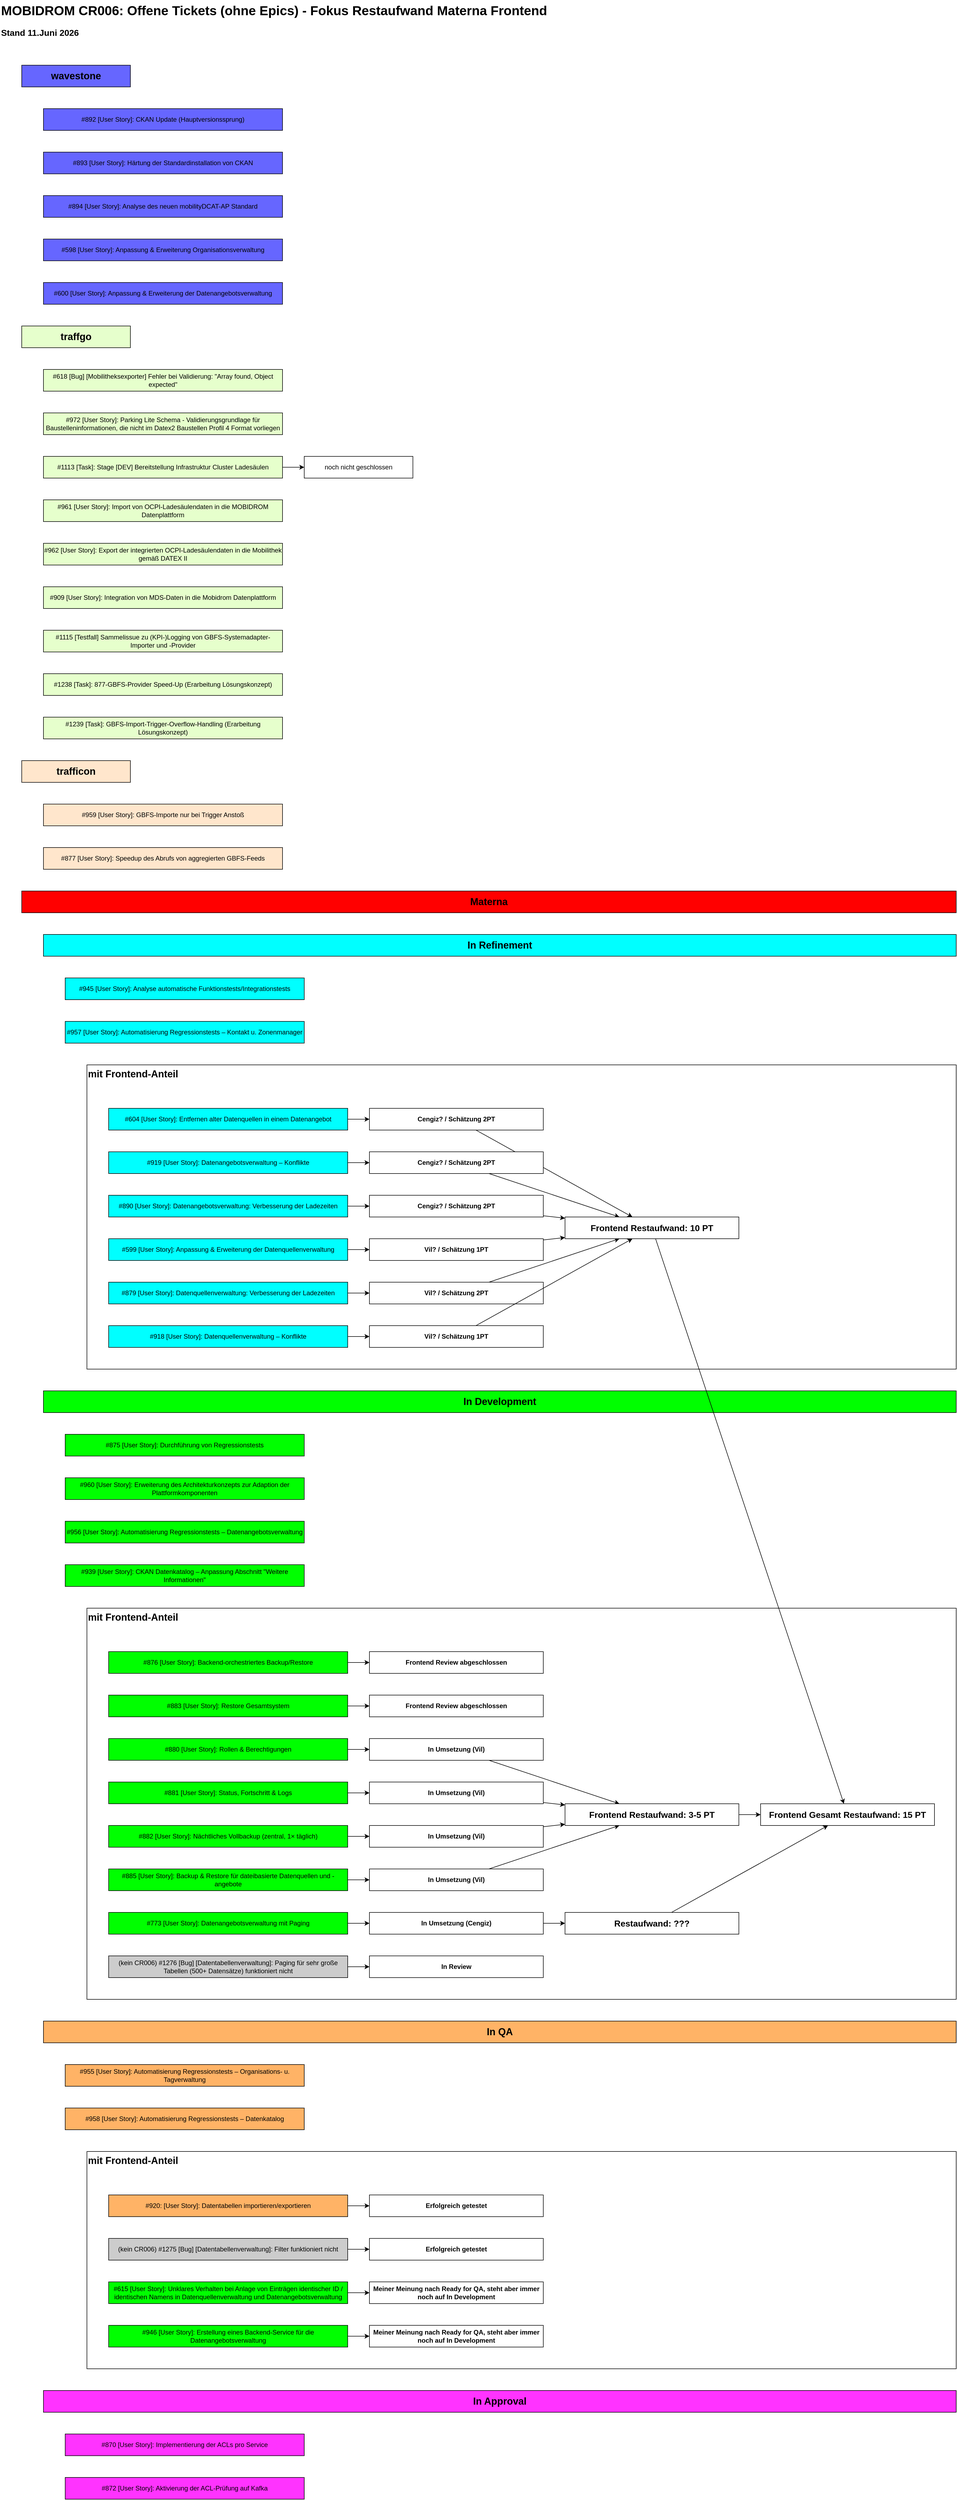
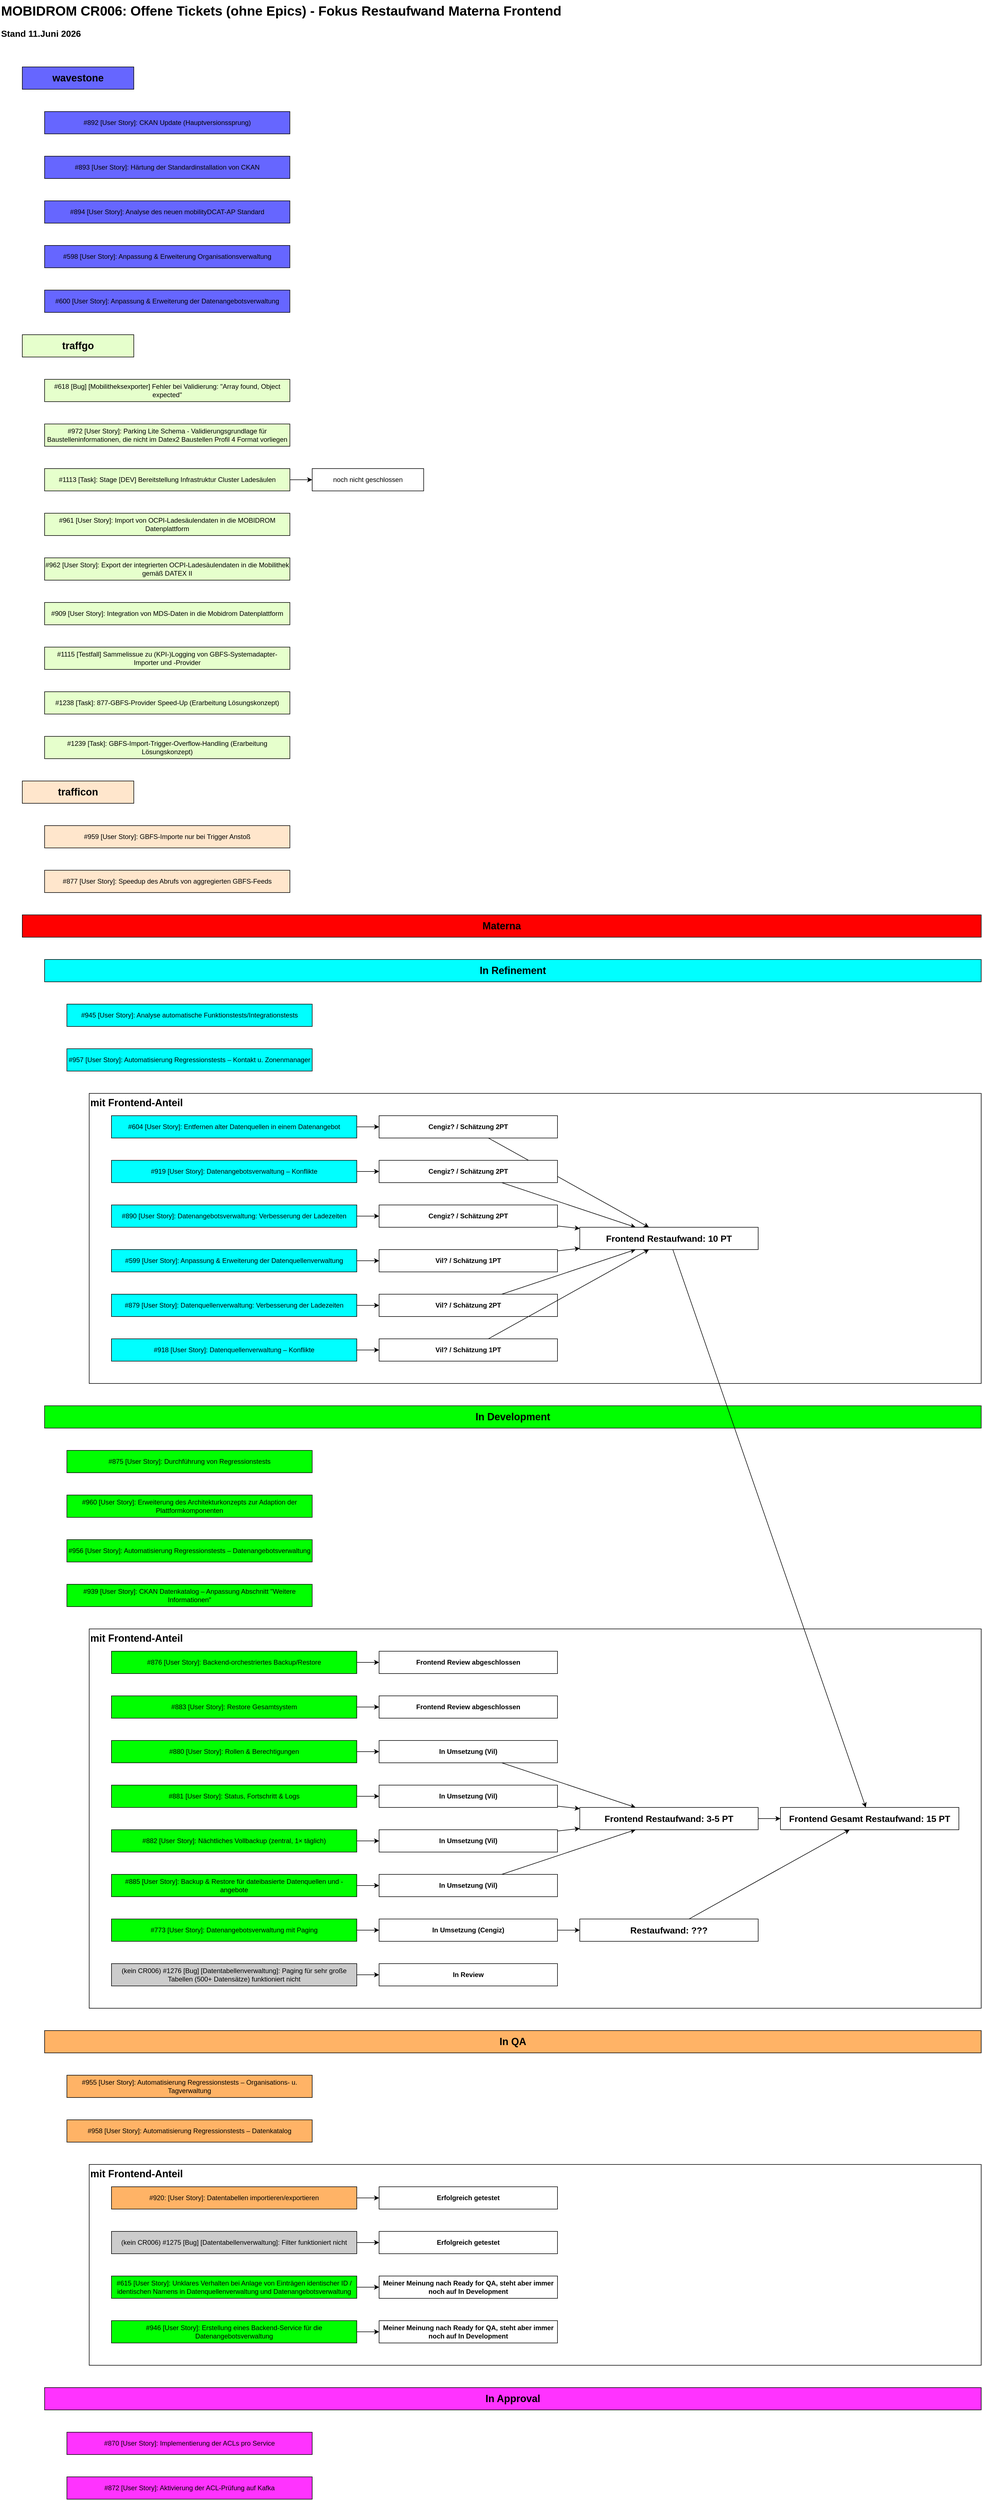
<mxfile host="app.diagrams.net">
  <diagram name="Page-1" id="0BLjgJdESMF3buwbVgl_">
    <mxGraphModel dx="1816" dy="1098" grid="1" gridSize="10" guides="1" tooltips="1" connect="1" arrows="1" fold="1" page="1" pageScale="1" pageWidth="850" pageHeight="1100" math="0" shadow="0">
      <root>
        <mxCell id="0" />
        <mxCell id="1" parent="0" />
        <mxCell id="KAzs0ncSA1o2T3-7AXRQ-69" parent="1" style="rounded=0;whiteSpace=wrap;html=1;fontColor=#000000;fillColor=#FFFFFF;fontStyle=1;fontSize=18;align=left;verticalAlign=top;" value="mit Frontend-Anteil" vertex="1">
-           <mxGeometry height="400" width="1600" x="200" y="4000" as="geometry" />
+           <mxGeometry height="360" width="1600" x="200" y="3920" as="geometry" />
        </mxCell>
        <mxCell id="KAzs0ncSA1o2T3-7AXRQ-68" parent="1" style="rounded=0;whiteSpace=wrap;html=1;fontColor=#000000;fillColor=#FFFFFF;fontStyle=1;fontSize=18;align=left;verticalAlign=top;" value="mit Frontend-Anteil" vertex="1">
-           <mxGeometry height="720" width="1600" x="200" y="3000" as="geometry" />
+           <mxGeometry height="680" width="1600" x="200" y="2960" as="geometry" />
        </mxCell>
        <mxCell id="KAzs0ncSA1o2T3-7AXRQ-67" parent="1" style="rounded=0;whiteSpace=wrap;html=1;fontColor=#000000;fillColor=#FFFFFF;fontStyle=1;verticalAlign=top;align=left;fontSize=18;" value="mit Frontend-Anteil" vertex="1">
-           <mxGeometry height="560" width="1600" x="200" y="2000" as="geometry" />
+           <mxGeometry height="520" width="1600" x="200" y="2000" as="geometry" />
        </mxCell>
        <mxCell id="KAzs0ncSA1o2T3-7AXRQ-1" parent="1" style="rounded=0;whiteSpace=wrap;html=1;strokeColor=none;fontSize=24;fontStyle=1;align=left;" value="MOBIDROM CR006: Offene Tickets (ohne Epics) - Fokus Restaufwand Materna Frontend" vertex="1">
          <mxGeometry height="40" width="1030" x="40" y="40" as="geometry" />
        </mxCell>
        <mxCell id="KAzs0ncSA1o2T3-7AXRQ-2" parent="1" style="rounded=0;whiteSpace=wrap;html=1;strokeColor=none;fontSize=16;fontStyle=1;align=left;" value="&lt;div&gt;Stand 11.Juni 2026&lt;/div&gt;" vertex="1">
          <mxGeometry height="40" width="160" x="40" y="80" as="geometry" />
        </mxCell>
        <mxCell id="KAzs0ncSA1o2T3-7AXRQ-77" edge="1" parent="1" source="KAzs0ncSA1o2T3-7AXRQ-3" style="edgeStyle=none;rounded=0;orthogonalLoop=1;jettySize=auto;html=1;" target="KAzs0ncSA1o2T3-7AXRQ-76" value="">
          <mxGeometry relative="1" as="geometry" />
        </mxCell>
        <mxCell id="KAzs0ncSA1o2T3-7AXRQ-3" parent="1" style="rounded=0;whiteSpace=wrap;html=1;fillColor=#FFB366;" value="#920: [User Story]: Datentabellen importieren/exportieren" vertex="1">
-           <mxGeometry height="40" width="440" x="240" y="4080" as="geometry" />
+           <mxGeometry height="40" width="440" x="240" y="3960" as="geometry" />
        </mxCell>
        <mxCell id="KAzs0ncSA1o2T3-7AXRQ-4" parent="1" style="rounded=0;whiteSpace=wrap;html=1;fontColor=#000000;fillColor=#FFB366;fontStyle=1;fontSize=18;" value="In QA" vertex="1">
-           <mxGeometry height="40" width="1680" x="120" y="3760" as="geometry" />
+           <mxGeometry height="40" width="1680" x="120" y="3680" as="geometry" />
        </mxCell>
        <mxCell id="KAzs0ncSA1o2T3-7AXRQ-5" parent="1" style="rounded=0;whiteSpace=wrap;html=1;fillColor=#6666FF;" value="#892&amp;nbsp;[User Story]: CKAN Update (Hauptversionssprung)" vertex="1">
          <mxGeometry height="40" width="440" x="120" y="240" as="geometry" />
        </mxCell>
        <mxCell id="KAzs0ncSA1o2T3-7AXRQ-6" parent="1" style="rounded=0;whiteSpace=wrap;html=1;fontColor=#000000;fillColor=#6666FF;fontStyle=1;fontSize=18;" value="wavestone" vertex="1">
          <mxGeometry height="40" width="200" x="80" y="160" as="geometry" />
        </mxCell>
        <mxCell id="KAzs0ncSA1o2T3-7AXRQ-7" parent="1" style="rounded=0;whiteSpace=wrap;html=1;fillColor=#FF33FF;" value="#870&amp;nbsp;[User Story]: Implementierung der ACLs pro Service" vertex="1">
-           <mxGeometry height="40" width="440" x="160" y="4520" as="geometry" />
+           <mxGeometry height="40" width="440" x="160" y="4400" as="geometry" />
        </mxCell>
        <mxCell id="KAzs0ncSA1o2T3-7AXRQ-8" parent="1" style="rounded=0;whiteSpace=wrap;html=1;fillColor=#FF33FF;" value="#872&amp;nbsp;[User Story]: Aktivierung der ACL-Prüfung auf Kafka" vertex="1">
-           <mxGeometry height="40" width="440" x="160" y="4600" as="geometry" />
+           <mxGeometry height="40" width="440" x="160" y="4480" as="geometry" />
        </mxCell>
        <mxCell id="KAzs0ncSA1o2T3-7AXRQ-9" parent="1" style="rounded=0;whiteSpace=wrap;html=1;fontColor=#000000;fillColor=#FF33FF;fontStyle=1;fontSize=18;" value="In Approval" vertex="1">
-           <mxGeometry height="40" width="1680" x="120" y="4440" as="geometry" />
+           <mxGeometry height="40" width="1680" x="120" y="4320" as="geometry" />
        </mxCell>
        <mxCell id="KAzs0ncSA1o2T3-7AXRQ-10" parent="1" style="rounded=0;whiteSpace=wrap;html=1;fillColor=#6666FF;" value="#893&amp;nbsp;[User Story]: Härtung der Standardinstallation von CKAN" vertex="1">
          <mxGeometry height="40" width="440" x="120" y="320" as="geometry" />
        </mxCell>
        <mxCell id="KAzs0ncSA1o2T3-7AXRQ-11" parent="1" style="rounded=0;whiteSpace=wrap;html=1;fillColor=#6666FF;" value="#894&amp;nbsp;[User Story]: Analyse des neuen mobilityDCAT-AP Standard" vertex="1">
          <mxGeometry height="40" width="440" x="120" y="400" as="geometry" />
        </mxCell>
        <mxCell id="KAzs0ncSA1o2T3-7AXRQ-12" parent="1" style="rounded=0;whiteSpace=wrap;html=1;fillColor=#E6FFCC;" value="#618&amp;nbsp;[Bug] [Mobilitheksexporter] Fehler bei Validierung: &quot;Array found, Object expected&quot;" vertex="1">
          <mxGeometry height="40" width="440" x="120" y="720" as="geometry" />
        </mxCell>
        <mxCell id="KAzs0ncSA1o2T3-7AXRQ-13" parent="1" style="rounded=0;whiteSpace=wrap;html=1;fontColor=#000000;fillColor=#E6FFCC;fontStyle=1;fontSize=18;" value="&lt;div&gt;traffgo&lt;/div&gt;" vertex="1">
          <mxGeometry height="40" width="200" x="80" y="640" as="geometry" />
        </mxCell>
        <mxCell id="KAzs0ncSA1o2T3-7AXRQ-14" parent="1" style="rounded=0;whiteSpace=wrap;html=1;fontColor=#000000;fillColor=#FFE6CC;fontStyle=1;fontSize=18;" value="&lt;div&gt;trafficon&lt;/div&gt;" vertex="1">
          <mxGeometry height="40" width="200" x="80" y="1440" as="geometry" />
        </mxCell>
        <mxCell id="KAzs0ncSA1o2T3-7AXRQ-15" parent="1" style="rounded=0;whiteSpace=wrap;html=1;fillColor=#FFE6CC;" value="#959&amp;nbsp;[User Story]: GBFS-Importe nur bei Trigger Anstoß" vertex="1">
          <mxGeometry height="40" width="440" x="120" y="1520" as="geometry" />
        </mxCell>
        <mxCell id="KAzs0ncSA1o2T3-7AXRQ-75" edge="1" parent="1" source="KAzs0ncSA1o2T3-7AXRQ-16" style="edgeStyle=none;rounded=0;orthogonalLoop=1;jettySize=auto;html=1;" target="KAzs0ncSA1o2T3-7AXRQ-74" value="">
          <mxGeometry relative="1" as="geometry" />
        </mxCell>
        <mxCell id="KAzs0ncSA1o2T3-7AXRQ-16" parent="1" style="rounded=0;whiteSpace=wrap;html=1;fillColor=#00FF00;" value="#615&amp;nbsp;[User Story]: Unklares Verhalten bei Anlage von Einträgen identischer ID / identischen Namens in Datenquellenverwaltung und Datenangebotsverwaltung" vertex="1">
-           <mxGeometry height="40" width="440" x="240" y="4240" as="geometry" />
+           <mxGeometry height="40" width="440" x="240" y="4120" as="geometry" />
        </mxCell>
        <mxCell id="KAzs0ncSA1o2T3-7AXRQ-17" parent="1" style="rounded=0;whiteSpace=wrap;html=1;fontColor=#000000;fillColor=#00FF00;fontStyle=1;fontSize=18;" value="In Development" vertex="1">
-           <mxGeometry height="40" width="1680" x="120" y="2600" as="geometry" />
+           <mxGeometry height="40" width="1680" x="120" y="2560" as="geometry" />
        </mxCell>
        <mxCell id="KAzs0ncSA1o2T3-7AXRQ-83" edge="1" parent="1" source="KAzs0ncSA1o2T3-7AXRQ-18" style="edgeStyle=none;rounded=0;orthogonalLoop=1;jettySize=auto;html=1;" target="KAzs0ncSA1o2T3-7AXRQ-82" value="">
          <mxGeometry relative="1" as="geometry" />
        </mxCell>
        <mxCell id="KAzs0ncSA1o2T3-7AXRQ-18" parent="1" style="rounded=0;whiteSpace=wrap;html=1;fillColor=#00FF00;" value="#773&amp;nbsp;[User Story]: Datenangebotsverwaltung mit Paging" vertex="1">
-           <mxGeometry height="40" width="440" x="240" y="3560" as="geometry" />
+           <mxGeometry height="40" width="440" x="240" y="3480" as="geometry" />
        </mxCell>
        <mxCell id="KAzs0ncSA1o2T3-7AXRQ-19" parent="1" style="rounded=0;whiteSpace=wrap;html=1;fillColor=#00FF00;" value="#875&amp;nbsp;[User Story]: Durchführung von Regressionstests" vertex="1">
-           <mxGeometry height="40" width="440" x="160" y="2680" as="geometry" />
+           <mxGeometry height="40" width="440" x="160" y="2640" as="geometry" />
        </mxCell>
        <mxCell id="KAzs0ncSA1o2T3-7AXRQ-81" edge="1" parent="1" source="KAzs0ncSA1o2T3-7AXRQ-20" style="edgeStyle=none;rounded=0;orthogonalLoop=1;jettySize=auto;html=1;" target="KAzs0ncSA1o2T3-7AXRQ-80" value="">
          <mxGeometry relative="1" as="geometry" />
        </mxCell>
        <mxCell id="KAzs0ncSA1o2T3-7AXRQ-20" parent="1" style="rounded=0;whiteSpace=wrap;html=1;fillColor=#00FF00;" value="#876&amp;nbsp;[User Story]: Backend-orchestriertes Backup/Restore" vertex="1">
-           <mxGeometry height="40" width="440" x="240" y="3080" as="geometry" />
+           <mxGeometry height="40" width="440" x="240" y="3000" as="geometry" />
        </mxCell>
        <mxCell id="KAzs0ncSA1o2T3-7AXRQ-21" parent="1" style="rounded=0;whiteSpace=wrap;html=1;fillColor=#FFE6CC;" value="#877&amp;nbsp;[User Story]: Speedup des Abrufs von aggregierten GBFS-Feeds" vertex="1">
          <mxGeometry height="40" width="440" x="120" y="1600" as="geometry" />
        </mxCell>
        <mxCell id="KAzs0ncSA1o2T3-7AXRQ-87" edge="1" parent="1" source="KAzs0ncSA1o2T3-7AXRQ-22" style="edgeStyle=none;rounded=0;orthogonalLoop=1;jettySize=auto;html=1;" target="KAzs0ncSA1o2T3-7AXRQ-86" value="">
          <mxGeometry relative="1" as="geometry" />
        </mxCell>
        <mxCell id="KAzs0ncSA1o2T3-7AXRQ-22" parent="1" style="rounded=0;whiteSpace=wrap;html=1;fillColor=#00FF00;" value="#880&amp;nbsp;[User Story]: Rollen &amp;amp; Berechtigungen" vertex="1">
+           <mxGeometry height="40" width="440" x="240" y="3160" as="geometry" />
+         </mxCell>
+         <mxCell id="KAzs0ncSA1o2T3-7AXRQ-89" edge="1" parent="1" source="KAzs0ncSA1o2T3-7AXRQ-23" style="edgeStyle=none;rounded=0;orthogonalLoop=1;jettySize=auto;html=1;" target="KAzs0ncSA1o2T3-7AXRQ-88" value="">
+           <mxGeometry relative="1" as="geometry" />
+         </mxCell>
+         <mxCell id="KAzs0ncSA1o2T3-7AXRQ-23" parent="1" style="rounded=0;whiteSpace=wrap;html=1;fillColor=#00FF00;" value="#881&amp;nbsp;[User Story]: Status, Fortschritt &amp;amp; Logs" vertex="1">
          <mxGeometry height="40" width="440" x="240" y="3240" as="geometry" />
        </mxCell>
-         <mxCell id="KAzs0ncSA1o2T3-7AXRQ-89" edge="1" parent="1" source="KAzs0ncSA1o2T3-7AXRQ-23" style="edgeStyle=none;rounded=0;orthogonalLoop=1;jettySize=auto;html=1;" target="KAzs0ncSA1o2T3-7AXRQ-88" value="">
-           <mxGeometry relative="1" as="geometry" />
-         </mxCell>
-         <mxCell id="KAzs0ncSA1o2T3-7AXRQ-23" parent="1" style="rounded=0;whiteSpace=wrap;html=1;fillColor=#00FF00;" value="#881&amp;nbsp;[User Story]: Status, Fortschritt &amp;amp; Logs" vertex="1">
-           <mxGeometry height="40" width="440" x="240" y="3320" as="geometry" />
-         </mxCell>
        <mxCell id="KAzs0ncSA1o2T3-7AXRQ-93" edge="1" parent="1" source="KAzs0ncSA1o2T3-7AXRQ-24" style="edgeStyle=none;rounded=0;orthogonalLoop=1;jettySize=auto;html=1;" target="KAzs0ncSA1o2T3-7AXRQ-92" value="">
          <mxGeometry relative="1" as="geometry" />
        </mxCell>
        <mxCell id="KAzs0ncSA1o2T3-7AXRQ-24" parent="1" style="rounded=0;whiteSpace=wrap;html=1;fillColor=#00FF00;" value="#885&amp;nbsp;[User Story]: Backup &amp;amp; Restore für dateibasierte Datenquellen und -angebote" vertex="1">
-           <mxGeometry height="40" width="440" x="240" y="3480" as="geometry" />
+           <mxGeometry height="40" width="440" x="240" y="3400" as="geometry" />
        </mxCell>
        <mxCell id="KAzs0ncSA1o2T3-7AXRQ-112" edge="1" parent="1" source="KAzs0ncSA1o2T3-7AXRQ-25" style="edgeStyle=none;rounded=0;orthogonalLoop=1;jettySize=auto;html=1;" target="KAzs0ncSA1o2T3-7AXRQ-111" value="">
          <mxGeometry relative="1" as="geometry" />
        </mxCell>
        <mxCell id="KAzs0ncSA1o2T3-7AXRQ-25" parent="1" style="rounded=0;whiteSpace=wrap;html=1;fillColor=#00FFFF;" value="#918&amp;nbsp;[User Story]: Datenquellenverwaltung – Konflikte" vertex="1">
-           <mxGeometry height="40" width="440" x="240" y="2480" as="geometry" />
+           <mxGeometry height="40" width="440" x="240" y="2440" as="geometry" />
        </mxCell>
        <mxCell id="KAzs0ncSA1o2T3-7AXRQ-104" edge="1" parent="1" source="KAzs0ncSA1o2T3-7AXRQ-26" style="edgeStyle=none;rounded=0;orthogonalLoop=1;jettySize=auto;html=1;" target="KAzs0ncSA1o2T3-7AXRQ-103" value="">
          <mxGeometry relative="1" as="geometry" />
        </mxCell>
        <mxCell id="KAzs0ncSA1o2T3-7AXRQ-26" parent="1" style="rounded=0;whiteSpace=wrap;html=1;fillColor=#00FFFF;" value="#919&amp;nbsp;[User Story]: Datenangebotsverwaltung – Konflikte" vertex="1">
-           <mxGeometry height="40" width="440" x="240" y="2160" as="geometry" />
+           <mxGeometry height="40" width="440" x="240" y="2120" as="geometry" />
        </mxCell>
        <mxCell id="KAzs0ncSA1o2T3-7AXRQ-27" parent="1" style="rounded=0;whiteSpace=wrap;html=1;fillColor=#FFB366;" value="#955&amp;nbsp;[User Story]: Automatisierung Regressionstests – Organisations- u. Tagverwaltung" vertex="1">
-           <mxGeometry height="40" width="440" x="160" y="3840" as="geometry" />
+           <mxGeometry height="40" width="440" x="160" y="3760" as="geometry" />
        </mxCell>
        <mxCell id="KAzs0ncSA1o2T3-7AXRQ-28" parent="1" style="rounded=0;whiteSpace=wrap;html=1;fontColor=#000000;fillColor=#00FFFF;fontStyle=1;fontSize=18;" value="In Refinement" vertex="1">
          <mxGeometry height="40" width="1680" x="120" y="1760" as="geometry" />
        </mxCell>
        <mxCell id="KAzs0ncSA1o2T3-7AXRQ-29" parent="1" style="rounded=0;whiteSpace=wrap;html=1;fillColor=#00FF00;" value="#960&amp;nbsp;[User Story]: Erweiterung des Architekturkonzepts zur Adaption der Plattformkomponenten" vertex="1">
-           <mxGeometry height="40" width="440" x="160" y="2760" as="geometry" />
+           <mxGeometry height="40" width="440" x="160" y="2720" as="geometry" />
        </mxCell>
        <mxCell id="KAzs0ncSA1o2T3-7AXRQ-30" parent="1" style="rounded=0;whiteSpace=wrap;html=1;fillColor=#6666FF;" value="#598&amp;nbsp;[User Story]: Anpassung &amp;amp; Erweiterung Organisationsverwaltung" vertex="1">
          <mxGeometry height="40" width="440" x="120" y="480" as="geometry" />
        </mxCell>
        <mxCell id="KAzs0ncSA1o2T3-7AXRQ-108" edge="1" parent="1" source="KAzs0ncSA1o2T3-7AXRQ-31" style="edgeStyle=none;rounded=0;orthogonalLoop=1;jettySize=auto;html=1;" target="KAzs0ncSA1o2T3-7AXRQ-107" value="">
          <mxGeometry relative="1" as="geometry" />
        </mxCell>
        <mxCell id="KAzs0ncSA1o2T3-7AXRQ-31" parent="1" style="rounded=0;whiteSpace=wrap;html=1;fillColor=#00FFFF;" value="#599&amp;nbsp;[User Story]: Anpassung &amp;amp; Erweiterung der Datenquellenverwaltung" vertex="1">
-           <mxGeometry height="40" width="440" x="240" y="2320" as="geometry" />
+           <mxGeometry height="40" width="440" x="240" y="2280" as="geometry" />
        </mxCell>
        <mxCell id="KAzs0ncSA1o2T3-7AXRQ-32" parent="1" style="rounded=0;whiteSpace=wrap;html=1;fillColor=#6666FF;" value="#600&amp;nbsp;[User Story]: Anpassung &amp;amp; Erweiterung der Datenangebotsverwaltung" vertex="1">
          <mxGeometry height="40" width="440" x="120" y="560" as="geometry" />
        </mxCell>
        <mxCell id="KAzs0ncSA1o2T3-7AXRQ-106" edge="1" parent="1" source="KAzs0ncSA1o2T3-7AXRQ-33" style="edgeStyle=none;rounded=0;orthogonalLoop=1;jettySize=auto;html=1;" target="KAzs0ncSA1o2T3-7AXRQ-105" value="">
          <mxGeometry relative="1" as="geometry" />
        </mxCell>
        <mxCell id="KAzs0ncSA1o2T3-7AXRQ-33" parent="1" style="rounded=0;whiteSpace=wrap;html=1;fillColor=#00FFFF;" value="#890&amp;nbsp;[User Story]: Datenangebotsverwaltung: Verbesserung der Ladezeiten" vertex="1">
-           <mxGeometry height="40" width="440" x="240" y="2240" as="geometry" />
+           <mxGeometry height="40" width="440" x="240" y="2200" as="geometry" />
        </mxCell>
        <mxCell id="KAzs0ncSA1o2T3-7AXRQ-34" parent="1" style="rounded=0;whiteSpace=wrap;html=1;fillColor=#E6FFCC;" value="#972&amp;nbsp;[User Story]: Parking Lite Schema - Validierungsgrundlage für Baustelleninformationen, die nicht im Datex2 Baustellen Profil 4 Format vorliegen" vertex="1">
          <mxGeometry height="40" width="440" x="120" y="800" as="geometry" />
        </mxCell>
        <mxCell id="KAzs0ncSA1o2T3-7AXRQ-55" edge="1" parent="1" source="KAzs0ncSA1o2T3-7AXRQ-35" style="edgeStyle=orthogonalEdgeStyle;rounded=0;orthogonalLoop=1;jettySize=auto;html=1;" target="KAzs0ncSA1o2T3-7AXRQ-54" value="">
          <mxGeometry relative="1" as="geometry" />
        </mxCell>
        <mxCell id="KAzs0ncSA1o2T3-7AXRQ-35" parent="1" style="rounded=0;whiteSpace=wrap;html=1;fillColor=#E6FFCC;" value="#1113&amp;nbsp;[Task]: Stage [DEV] Bereitstellung Infrastruktur Cluster Ladesäulen" vertex="1">
          <mxGeometry height="40" width="440" x="120" y="880" as="geometry" />
        </mxCell>
        <mxCell id="KAzs0ncSA1o2T3-7AXRQ-36" parent="1" style="rounded=0;whiteSpace=wrap;html=1;fillColor=#00FF00;" value="#956&amp;nbsp;[User Story]: Automatisierung Regressionstests – Datenangebotsverwaltung" vertex="1">
-           <mxGeometry height="40" width="440" x="160" y="2840" as="geometry" />
+           <mxGeometry height="40" width="440" x="160" y="2800" as="geometry" />
        </mxCell>
        <mxCell id="KAzs0ncSA1o2T3-7AXRQ-37" parent="1" style="rounded=0;whiteSpace=wrap;html=1;fillColor=#FFB366;" value="#958&amp;nbsp;[User Story]: Automatisierung Regressionstests – Datenkatalog" vertex="1">
-           <mxGeometry height="40" width="440" x="160" y="3920" as="geometry" />
+           <mxGeometry height="40" width="440" x="160" y="3840" as="geometry" />
        </mxCell>
        <mxCell id="KAzs0ncSA1o2T3-7AXRQ-38" parent="1" style="rounded=0;whiteSpace=wrap;html=1;fillColor=#E6FFCC;" value="#961&amp;nbsp;[User Story]: Import von OCPI-Ladesäulendaten in die MOBIDROM Datenplattform" vertex="1">
          <mxGeometry height="40" width="440" x="120" y="960" as="geometry" />
        </mxCell>
        <mxCell id="KAzs0ncSA1o2T3-7AXRQ-39" parent="1" style="rounded=0;whiteSpace=wrap;html=1;fillColor=#E6FFCC;" value="#962&amp;nbsp;[User Story]: Export der integrierten OCPI-Ladesäulendaten in die Mobilithek gemäß DATEX II" vertex="1">
          <mxGeometry height="40" width="440" x="120" y="1040" as="geometry" />
        </mxCell>
        <mxCell id="KAzs0ncSA1o2T3-7AXRQ-58" edge="1" parent="1" source="KAzs0ncSA1o2T3-7AXRQ-40" style="edgeStyle=none;rounded=0;orthogonalLoop=1;jettySize=auto;html=1;" target="KAzs0ncSA1o2T3-7AXRQ-41" value="">
          <mxGeometry relative="1" as="geometry" />
        </mxCell>
        <mxCell id="KAzs0ncSA1o2T3-7AXRQ-40" parent="1" style="rounded=0;whiteSpace=wrap;html=1;fillColor=#00FF00;" value="#946&amp;nbsp;[User Story]: Erstellung eines Backend-Service für die Datenangebotsverwaltung" vertex="1">
-           <mxGeometry height="40" width="440" x="240" y="4320" as="geometry" />
+           <mxGeometry height="40" width="440" x="240" y="4200" as="geometry" />
        </mxCell>
        <mxCell id="KAzs0ncSA1o2T3-7AXRQ-41" parent="1" style="rounded=0;whiteSpace=wrap;html=1;fontStyle=1" value="Meiner Meinung nach Ready for QA, steht aber immer noch auf In Development" vertex="1">
-           <mxGeometry height="40" width="320" x="720" y="4320" as="geometry" />
+           <mxGeometry height="40" width="320" x="720" y="4200" as="geometry" />
        </mxCell>
        <mxCell id="KAzs0ncSA1o2T3-7AXRQ-43" parent="1" style="rounded=0;whiteSpace=wrap;html=1;fillColor=#00FFFF;" value="#945&amp;nbsp;[User Story]: Analyse automatische Funktionstests/Integrationstests" vertex="1">
          <mxGeometry height="40" width="440" x="160" y="1840" as="geometry" />
        </mxCell>
        <mxCell id="KAzs0ncSA1o2T3-7AXRQ-44" parent="1" style="rounded=0;whiteSpace=wrap;html=1;fillColor=#E6FFCC;" value="#909&amp;nbsp;[User Story]: Integration von MDS-Daten in die Mobidrom Datenplattform" vertex="1">
          <mxGeometry height="40" width="440" x="120" y="1120" as="geometry" />
        </mxCell>
        <mxCell id="KAzs0ncSA1o2T3-7AXRQ-45" parent="1" style="rounded=0;whiteSpace=wrap;html=1;fillColor=#00FF00;" value="#939&amp;nbsp;[User Story]: CKAN Datenkatalog – Anpassung Abschnitt &quot;Weitere Informationen&quot;" vertex="1">
-           <mxGeometry height="40" width="440" x="160" y="2920" as="geometry" />
+           <mxGeometry height="40" width="440" x="160" y="2880" as="geometry" />
        </mxCell>
        <mxCell id="KAzs0ncSA1o2T3-7AXRQ-102" edge="1" parent="1" source="KAzs0ncSA1o2T3-7AXRQ-46" style="edgeStyle=none;rounded=0;orthogonalLoop=1;jettySize=auto;html=1;" target="KAzs0ncSA1o2T3-7AXRQ-101" value="">
          <mxGeometry relative="1" as="geometry" />
        </mxCell>
        <mxCell id="KAzs0ncSA1o2T3-7AXRQ-46" parent="1" style="rounded=0;whiteSpace=wrap;html=1;fillColor=#00FFFF;" value="#604&amp;nbsp;[User Story]: Entfernen alter Datenquellen in einem Datenangebot" vertex="1">
-           <mxGeometry height="40" width="440" x="240" y="2080" as="geometry" />
+           <mxGeometry height="40" width="440" x="240" y="2040" as="geometry" />
        </mxCell>
        <mxCell id="KAzs0ncSA1o2T3-7AXRQ-110" edge="1" parent="1" source="KAzs0ncSA1o2T3-7AXRQ-47" style="edgeStyle=none;rounded=0;orthogonalLoop=1;jettySize=auto;html=1;" target="KAzs0ncSA1o2T3-7AXRQ-109" value="">
          <mxGeometry relative="1" as="geometry" />
        </mxCell>
        <mxCell id="KAzs0ncSA1o2T3-7AXRQ-47" parent="1" style="rounded=0;whiteSpace=wrap;html=1;fillColor=#00FFFF;" value="#879&amp;nbsp;[User Story]: Datenquellenverwaltung: Verbesserung der Ladezeiten" vertex="1">
-           <mxGeometry height="40" width="440" x="240" y="2400" as="geometry" />
+           <mxGeometry height="40" width="440" x="240" y="2360" as="geometry" />
        </mxCell>
        <mxCell id="KAzs0ncSA1o2T3-7AXRQ-91" edge="1" parent="1" source="KAzs0ncSA1o2T3-7AXRQ-48" style="edgeStyle=none;rounded=0;orthogonalLoop=1;jettySize=auto;html=1;" target="KAzs0ncSA1o2T3-7AXRQ-90" value="">
          <mxGeometry relative="1" as="geometry" />
        </mxCell>
        <mxCell id="KAzs0ncSA1o2T3-7AXRQ-48" parent="1" style="rounded=0;whiteSpace=wrap;html=1;fillColor=#00FF00;" value="#882&amp;nbsp;[User Story]: Nächtliches Vollbackup (zentral, 1× täglich)" vertex="1">
-           <mxGeometry height="40" width="440" x="240" y="3400" as="geometry" />
+           <mxGeometry height="40" width="440" x="240" y="3320" as="geometry" />
        </mxCell>
        <mxCell id="KAzs0ncSA1o2T3-7AXRQ-85" edge="1" parent="1" source="KAzs0ncSA1o2T3-7AXRQ-49" style="edgeStyle=none;rounded=0;orthogonalLoop=1;jettySize=auto;html=1;" target="KAzs0ncSA1o2T3-7AXRQ-84" value="">
          <mxGeometry relative="1" as="geometry" />
        </mxCell>
        <mxCell id="KAzs0ncSA1o2T3-7AXRQ-49" parent="1" style="rounded=0;whiteSpace=wrap;html=1;fillColor=#00FF00;" value="#883&amp;nbsp;[User Story]: Restore Gesamtsystem" vertex="1">
-           <mxGeometry height="40" width="440" x="240" y="3160" as="geometry" />
+           <mxGeometry height="40" width="440" x="240" y="3080" as="geometry" />
        </mxCell>
        <mxCell id="KAzs0ncSA1o2T3-7AXRQ-50" parent="1" style="rounded=0;whiteSpace=wrap;html=1;fillColor=#00FFFF;" value="#957&amp;nbsp;[User Story]: Automatisierung Regressionstests – Kontakt u. Zonenmanager" vertex="1">
          <mxGeometry height="40" width="440" x="160" y="1920" as="geometry" />
        </mxCell>
        <mxCell id="KAzs0ncSA1o2T3-7AXRQ-51" parent="1" style="rounded=0;whiteSpace=wrap;html=1;fillColor=#E6FFCC;" value="#1115&amp;nbsp;[Testfall] Sammelissue zu (KPI-)Logging von GBFS-Systemadapter-Importer und -Provider" vertex="1">
          <mxGeometry height="40" width="440" x="120" y="1200" as="geometry" />
        </mxCell>
        <mxCell id="KAzs0ncSA1o2T3-7AXRQ-52" parent="1" style="rounded=0;whiteSpace=wrap;html=1;fillColor=#E6FFCC;" value="#1238&amp;nbsp;[Task]: 877-GBFS-Provider Speed-Up (Erarbeitung Lösungskonzept)" vertex="1">
          <mxGeometry height="40" width="440" x="120" y="1280" as="geometry" />
        </mxCell>
        <mxCell id="KAzs0ncSA1o2T3-7AXRQ-53" parent="1" style="rounded=0;whiteSpace=wrap;html=1;fillColor=#E6FFCC;" value="#1239&amp;nbsp;[Task]: GBFS-Import-Trigger-Overflow-Handling (Erarbeitung Lösungskonzept)" vertex="1">
          <mxGeometry height="40" width="440" x="120" y="1360" as="geometry" />
        </mxCell>
        <mxCell id="KAzs0ncSA1o2T3-7AXRQ-54" parent="1" style="rounded=0;whiteSpace=wrap;html=1;" value="noch nicht geschlossen" vertex="1">
          <mxGeometry height="40" width="200" x="600" y="880" as="geometry" />
        </mxCell>
        <mxCell id="KAzs0ncSA1o2T3-7AXRQ-56" parent="1" style="rounded=0;whiteSpace=wrap;html=1;fontColor=#000000;fillColor=#FF0000;fontStyle=1;fontSize=18;" value="Materna" vertex="1">
          <mxGeometry height="40" width="1720" x="80" y="1680" as="geometry" />
        </mxCell>
        <mxCell id="KAzs0ncSA1o2T3-7AXRQ-62" edge="1" parent="1" source="KAzs0ncSA1o2T3-7AXRQ-16" style="edgeStyle=none;rounded=0;orthogonalLoop=1;jettySize=auto;html=1;exitX=0.75;exitY=0;exitDx=0;exitDy=0;" target="KAzs0ncSA1o2T3-7AXRQ-16">
          <mxGeometry relative="1" as="geometry" />
        </mxCell>
        <mxCell id="KAzs0ncSA1o2T3-7AXRQ-66" edge="1" parent="1" source="KAzs0ncSA1o2T3-7AXRQ-41" style="edgeStyle=none;rounded=0;orthogonalLoop=1;jettySize=auto;html=1;exitX=0.5;exitY=1;exitDx=0;exitDy=0;" target="KAzs0ncSA1o2T3-7AXRQ-41">
          <mxGeometry relative="1" as="geometry" />
        </mxCell>
        <mxCell id="KAzs0ncSA1o2T3-7AXRQ-79" edge="1" parent="1" source="KAzs0ncSA1o2T3-7AXRQ-70" style="edgeStyle=none;rounded=0;orthogonalLoop=1;jettySize=auto;html=1;" target="KAzs0ncSA1o2T3-7AXRQ-78" value="">
          <mxGeometry relative="1" as="geometry" />
        </mxCell>
        <mxCell id="KAzs0ncSA1o2T3-7AXRQ-70" parent="1" style="rounded=0;whiteSpace=wrap;html=1;fillColor=#CCCCCC;" value="(kein CR006) #1276&amp;nbsp;[Bug] [Datentabellenverwaltung]: Paging für sehr große Tabellen (500+ Datensätze) funktioniert nicht" vertex="1">
-           <mxGeometry height="40" width="440" x="240" y="3640" as="geometry" />
+           <mxGeometry height="40" width="440" x="240" y="3560" as="geometry" />
        </mxCell>
        <mxCell id="KAzs0ncSA1o2T3-7AXRQ-73" edge="1" parent="1" source="KAzs0ncSA1o2T3-7AXRQ-71" style="edgeStyle=none;rounded=0;orthogonalLoop=1;jettySize=auto;html=1;" target="KAzs0ncSA1o2T3-7AXRQ-72" value="">
          <mxGeometry relative="1" as="geometry" />
        </mxCell>
        <mxCell id="KAzs0ncSA1o2T3-7AXRQ-71" parent="1" style="rounded=0;whiteSpace=wrap;html=1;fillColor=#CCCCCC;" value="(kein CR006) #1275&amp;nbsp;[Bug] [Datentabellenverwaltung]: Filter funktioniert nicht" vertex="1">
-           <mxGeometry height="40" width="440" x="240" y="4160" as="geometry" />
+           <mxGeometry height="40" width="440" x="240" y="4040" as="geometry" />
        </mxCell>
        <mxCell id="KAzs0ncSA1o2T3-7AXRQ-72" parent="1" style="rounded=0;whiteSpace=wrap;html=1;fontStyle=1" value="Erfolgreich getestet" vertex="1">
-           <mxGeometry height="40" width="320" x="720" y="4160" as="geometry" />
+           <mxGeometry height="40" width="320" x="720" y="4040" as="geometry" />
        </mxCell>
        <mxCell id="KAzs0ncSA1o2T3-7AXRQ-74" parent="1" style="rounded=0;whiteSpace=wrap;html=1;fontStyle=1" value="Meiner Meinung nach Ready for QA, steht aber immer noch auf In Development" vertex="1">
-           <mxGeometry height="40" width="320" x="720" y="4240" as="geometry" />
+           <mxGeometry height="40" width="320" x="720" y="4120" as="geometry" />
        </mxCell>
        <mxCell id="KAzs0ncSA1o2T3-7AXRQ-76" parent="1" style="rounded=0;whiteSpace=wrap;html=1;fontStyle=1" value="Erfolgreich getestet" vertex="1">
-           <mxGeometry height="40" width="320" x="720" y="4080" as="geometry" />
+           <mxGeometry height="40" width="320" x="720" y="3960" as="geometry" />
        </mxCell>
        <mxCell id="KAzs0ncSA1o2T3-7AXRQ-78" parent="1" style="rounded=0;whiteSpace=wrap;html=1;fontStyle=1" value="In Review" vertex="1">
-           <mxGeometry height="40" width="320" x="720" y="3640" as="geometry" />
+           <mxGeometry height="40" width="320" x="720" y="3560" as="geometry" />
        </mxCell>
        <mxCell id="KAzs0ncSA1o2T3-7AXRQ-80" parent="1" style="rounded=0;whiteSpace=wrap;html=1;fontStyle=1" value="Frontend Review abgeschlossen" vertex="1">
+           <mxGeometry height="40" width="320" x="720" y="3000" as="geometry" />
+         </mxCell>
+         <mxCell id="KAzs0ncSA1o2T3-7AXRQ-100" edge="1" parent="1" source="KAzs0ncSA1o2T3-7AXRQ-82" style="edgeStyle=none;rounded=0;orthogonalLoop=1;jettySize=auto;html=1;" target="KAzs0ncSA1o2T3-7AXRQ-99" value="">
+           <mxGeometry relative="1" as="geometry" />
+         </mxCell>
+         <mxCell id="KAzs0ncSA1o2T3-7AXRQ-82" parent="1" style="rounded=0;whiteSpace=wrap;html=1;fontStyle=1" value="In Umsetzung (Cengiz)" vertex="1">
+           <mxGeometry height="40" width="320" x="720" y="3480" as="geometry" />
+         </mxCell>
+         <mxCell id="KAzs0ncSA1o2T3-7AXRQ-84" parent="1" style="rounded=0;whiteSpace=wrap;html=1;fontStyle=1" value="Frontend Review abgeschlossen" vertex="1">
          <mxGeometry height="40" width="320" x="720" y="3080" as="geometry" />
        </mxCell>
-         <mxCell id="KAzs0ncSA1o2T3-7AXRQ-100" edge="1" parent="1" source="KAzs0ncSA1o2T3-7AXRQ-82" style="edgeStyle=none;rounded=0;orthogonalLoop=1;jettySize=auto;html=1;" target="KAzs0ncSA1o2T3-7AXRQ-99" value="">
-           <mxGeometry relative="1" as="geometry" />
-         </mxCell>
-         <mxCell id="KAzs0ncSA1o2T3-7AXRQ-82" parent="1" style="rounded=0;whiteSpace=wrap;html=1;fontStyle=1" value="In Umsetzung (Cengiz)" vertex="1">
-           <mxGeometry height="40" width="320" x="720" y="3560" as="geometry" />
-         </mxCell>
-         <mxCell id="KAzs0ncSA1o2T3-7AXRQ-84" parent="1" style="rounded=0;whiteSpace=wrap;html=1;fontStyle=1" value="Frontend Review abgeschlossen" vertex="1">
+         <mxCell id="KAzs0ncSA1o2T3-7AXRQ-95" edge="1" parent="1" source="KAzs0ncSA1o2T3-7AXRQ-86" style="edgeStyle=none;rounded=0;orthogonalLoop=1;jettySize=auto;html=1;" target="KAzs0ncSA1o2T3-7AXRQ-94" value="">
+           <mxGeometry relative="1" as="geometry" />
+         </mxCell>
+         <mxCell id="KAzs0ncSA1o2T3-7AXRQ-86" parent="1" style="rounded=0;whiteSpace=wrap;html=1;fontStyle=1" value="In Umsetzung (Vil)" vertex="1">
          <mxGeometry height="40" width="320" x="720" y="3160" as="geometry" />
        </mxCell>
-         <mxCell id="KAzs0ncSA1o2T3-7AXRQ-95" edge="1" parent="1" source="KAzs0ncSA1o2T3-7AXRQ-86" style="edgeStyle=none;rounded=0;orthogonalLoop=1;jettySize=auto;html=1;" target="KAzs0ncSA1o2T3-7AXRQ-94" value="">
-           <mxGeometry relative="1" as="geometry" />
-         </mxCell>
-         <mxCell id="KAzs0ncSA1o2T3-7AXRQ-86" parent="1" style="rounded=0;whiteSpace=wrap;html=1;fontStyle=1" value="In Umsetzung (Vil)" vertex="1">
+         <mxCell id="KAzs0ncSA1o2T3-7AXRQ-96" edge="1" parent="1" source="KAzs0ncSA1o2T3-7AXRQ-88" style="edgeStyle=none;rounded=0;orthogonalLoop=1;jettySize=auto;html=1;" target="KAzs0ncSA1o2T3-7AXRQ-94" value="">
+           <mxGeometry relative="1" as="geometry" />
+         </mxCell>
+         <mxCell id="KAzs0ncSA1o2T3-7AXRQ-88" parent="1" style="rounded=0;whiteSpace=wrap;html=1;fontStyle=1" value="In Umsetzung (Vil)" vertex="1">
          <mxGeometry height="40" width="320" x="720" y="3240" as="geometry" />
        </mxCell>
-         <mxCell id="KAzs0ncSA1o2T3-7AXRQ-96" edge="1" parent="1" source="KAzs0ncSA1o2T3-7AXRQ-88" style="edgeStyle=none;rounded=0;orthogonalLoop=1;jettySize=auto;html=1;" target="KAzs0ncSA1o2T3-7AXRQ-94" value="">
-           <mxGeometry relative="1" as="geometry" />
-         </mxCell>
-         <mxCell id="KAzs0ncSA1o2T3-7AXRQ-88" parent="1" style="rounded=0;whiteSpace=wrap;html=1;fontStyle=1" value="In Umsetzung (Vil)" vertex="1">
+         <mxCell id="KAzs0ncSA1o2T3-7AXRQ-97" edge="1" parent="1" source="KAzs0ncSA1o2T3-7AXRQ-90" style="edgeStyle=none;rounded=0;orthogonalLoop=1;jettySize=auto;html=1;" target="KAzs0ncSA1o2T3-7AXRQ-94" value="">
+           <mxGeometry relative="1" as="geometry" />
+         </mxCell>
+         <mxCell id="KAzs0ncSA1o2T3-7AXRQ-90" parent="1" style="rounded=0;whiteSpace=wrap;html=1;fontStyle=1" value="In Umsetzung (Vil)" vertex="1">
          <mxGeometry height="40" width="320" x="720" y="3320" as="geometry" />
        </mxCell>
-         <mxCell id="KAzs0ncSA1o2T3-7AXRQ-97" edge="1" parent="1" source="KAzs0ncSA1o2T3-7AXRQ-90" style="edgeStyle=none;rounded=0;orthogonalLoop=1;jettySize=auto;html=1;" target="KAzs0ncSA1o2T3-7AXRQ-94" value="">
-           <mxGeometry relative="1" as="geometry" />
-         </mxCell>
-         <mxCell id="KAzs0ncSA1o2T3-7AXRQ-90" parent="1" style="rounded=0;whiteSpace=wrap;html=1;fontStyle=1" value="In Umsetzung (Vil)" vertex="1">
+         <mxCell id="KAzs0ncSA1o2T3-7AXRQ-98" edge="1" parent="1" source="KAzs0ncSA1o2T3-7AXRQ-92" style="edgeStyle=none;rounded=0;orthogonalLoop=1;jettySize=auto;html=1;" target="KAzs0ncSA1o2T3-7AXRQ-94" value="">
+           <mxGeometry relative="1" as="geometry" />
+         </mxCell>
+         <mxCell id="KAzs0ncSA1o2T3-7AXRQ-92" parent="1" style="rounded=0;whiteSpace=wrap;html=1;fontStyle=1" value="In Umsetzung (Vil)" vertex="1">
          <mxGeometry height="40" width="320" x="720" y="3400" as="geometry" />
        </mxCell>
-         <mxCell id="KAzs0ncSA1o2T3-7AXRQ-98" edge="1" parent="1" source="KAzs0ncSA1o2T3-7AXRQ-92" style="edgeStyle=none;rounded=0;orthogonalLoop=1;jettySize=auto;html=1;" target="KAzs0ncSA1o2T3-7AXRQ-94" value="">
-           <mxGeometry relative="1" as="geometry" />
-         </mxCell>
-         <mxCell id="KAzs0ncSA1o2T3-7AXRQ-92" parent="1" style="rounded=0;whiteSpace=wrap;html=1;fontStyle=1" value="In Umsetzung (Vil)" vertex="1">
-           <mxGeometry height="40" width="320" x="720" y="3480" as="geometry" />
-         </mxCell>
        <mxCell id="KAzs0ncSA1o2T3-7AXRQ-122" edge="1" parent="1" source="KAzs0ncSA1o2T3-7AXRQ-94" style="edgeStyle=none;rounded=0;orthogonalLoop=1;jettySize=auto;html=1;" target="KAzs0ncSA1o2T3-7AXRQ-120" value="">
          <mxGeometry relative="1" as="geometry" />
        </mxCell>
        <mxCell id="KAzs0ncSA1o2T3-7AXRQ-94" parent="1" style="rounded=0;whiteSpace=wrap;html=1;fontStyle=1;fontSize=16;" value="Frontend Restaufwand: 3-5 PT" vertex="1">
-           <mxGeometry height="40" width="320" x="1080" y="3360" as="geometry" />
+           <mxGeometry height="40" width="320" x="1080" y="3280" as="geometry" />
        </mxCell>
        <mxCell id="KAzs0ncSA1o2T3-7AXRQ-123" edge="1" parent="1" source="KAzs0ncSA1o2T3-7AXRQ-99" style="edgeStyle=none;rounded=0;orthogonalLoop=1;jettySize=auto;html=1;" target="KAzs0ncSA1o2T3-7AXRQ-120" value="">
          <mxGeometry relative="1" as="geometry" />
        </mxCell>
        <mxCell id="KAzs0ncSA1o2T3-7AXRQ-99" parent="1" style="rounded=0;whiteSpace=wrap;html=1;fontStyle=1;fontSize=16;" value="Restaufwand: ???" vertex="1">
-           <mxGeometry height="40" width="320" x="1080" y="3560" as="geometry" />
+           <mxGeometry height="40" width="320" x="1080" y="3480" as="geometry" />
        </mxCell>
        <mxCell id="KAzs0ncSA1o2T3-7AXRQ-114" edge="1" parent="1" source="KAzs0ncSA1o2T3-7AXRQ-101" style="edgeStyle=none;rounded=0;orthogonalLoop=1;jettySize=auto;html=1;" target="KAzs0ncSA1o2T3-7AXRQ-113" value="">
          <mxGeometry relative="1" as="geometry" />
        </mxCell>
        <mxCell id="KAzs0ncSA1o2T3-7AXRQ-101" parent="1" style="rounded=0;whiteSpace=wrap;html=1;fontStyle=1" value="Cengiz? / Schätzung 2PT" vertex="1">
-           <mxGeometry height="40" width="320" x="720" y="2080" as="geometry" />
+           <mxGeometry height="40" width="320" x="720" y="2040" as="geometry" />
        </mxCell>
        <mxCell id="KAzs0ncSA1o2T3-7AXRQ-115" edge="1" parent="1" source="KAzs0ncSA1o2T3-7AXRQ-103" style="edgeStyle=none;rounded=0;orthogonalLoop=1;jettySize=auto;html=1;" target="KAzs0ncSA1o2T3-7AXRQ-113" value="">
          <mxGeometry relative="1" as="geometry" />
        </mxCell>
        <mxCell id="KAzs0ncSA1o2T3-7AXRQ-103" parent="1" style="rounded=0;whiteSpace=wrap;html=1;fontStyle=1" value="Cengiz? / Schätzung 2PT" vertex="1">
-           <mxGeometry height="40" width="320" x="720" y="2160" as="geometry" />
+           <mxGeometry height="40" width="320" x="720" y="2120" as="geometry" />
        </mxCell>
        <mxCell id="KAzs0ncSA1o2T3-7AXRQ-116" edge="1" parent="1" source="KAzs0ncSA1o2T3-7AXRQ-105" style="edgeStyle=none;rounded=0;orthogonalLoop=1;jettySize=auto;html=1;" target="KAzs0ncSA1o2T3-7AXRQ-113" value="">
          <mxGeometry relative="1" as="geometry" />
        </mxCell>
        <mxCell id="KAzs0ncSA1o2T3-7AXRQ-105" parent="1" style="rounded=0;whiteSpace=wrap;html=1;fontStyle=1" value="Cengiz? / Schätzung 2PT" vertex="1">
-           <mxGeometry height="40" width="320" x="720" y="2240" as="geometry" />
+           <mxGeometry height="40" width="320" x="720" y="2200" as="geometry" />
        </mxCell>
        <mxCell id="KAzs0ncSA1o2T3-7AXRQ-117" edge="1" parent="1" source="KAzs0ncSA1o2T3-7AXRQ-107" style="edgeStyle=none;rounded=0;orthogonalLoop=1;jettySize=auto;html=1;" target="KAzs0ncSA1o2T3-7AXRQ-113" value="">
          <mxGeometry relative="1" as="geometry" />
        </mxCell>
        <mxCell id="KAzs0ncSA1o2T3-7AXRQ-107" parent="1" style="rounded=0;whiteSpace=wrap;html=1;fontStyle=1" value="Vil? / Schätzung 1PT" vertex="1">
-           <mxGeometry height="40" width="320" x="720" y="2320" as="geometry" />
+           <mxGeometry height="40" width="320" x="720" y="2280" as="geometry" />
        </mxCell>
        <mxCell id="KAzs0ncSA1o2T3-7AXRQ-118" edge="1" parent="1" source="KAzs0ncSA1o2T3-7AXRQ-109" style="edgeStyle=none;rounded=0;orthogonalLoop=1;jettySize=auto;html=1;" target="KAzs0ncSA1o2T3-7AXRQ-113" value="">
          <mxGeometry relative="1" as="geometry" />
        </mxCell>
        <mxCell id="KAzs0ncSA1o2T3-7AXRQ-109" parent="1" style="rounded=0;whiteSpace=wrap;html=1;fontStyle=1" value="Vil? / Schätzung 2PT" vertex="1">
-           <mxGeometry height="40" width="320" x="720" y="2400" as="geometry" />
+           <mxGeometry height="40" width="320" x="720" y="2360" as="geometry" />
        </mxCell>
        <mxCell id="KAzs0ncSA1o2T3-7AXRQ-119" edge="1" parent="1" source="KAzs0ncSA1o2T3-7AXRQ-111" style="edgeStyle=none;rounded=0;orthogonalLoop=1;jettySize=auto;html=1;" target="KAzs0ncSA1o2T3-7AXRQ-113" value="">
          <mxGeometry relative="1" as="geometry" />
        </mxCell>
        <mxCell id="KAzs0ncSA1o2T3-7AXRQ-111" parent="1" style="rounded=0;whiteSpace=wrap;html=1;fontStyle=1" value="Vil? / Schätzung 1PT" vertex="1">
-           <mxGeometry height="40" width="320" x="720" y="2480" as="geometry" />
+           <mxGeometry height="40" width="320" x="720" y="2440" as="geometry" />
        </mxCell>
        <mxCell id="KAzs0ncSA1o2T3-7AXRQ-121" edge="1" parent="1" source="KAzs0ncSA1o2T3-7AXRQ-113" style="edgeStyle=none;rounded=0;orthogonalLoop=1;jettySize=auto;html=1;" target="KAzs0ncSA1o2T3-7AXRQ-120" value="">
          <mxGeometry relative="1" as="geometry" />
        </mxCell>
        <mxCell id="KAzs0ncSA1o2T3-7AXRQ-113" parent="1" style="rounded=0;whiteSpace=wrap;html=1;fontStyle=1;fontSize=16;" value="Frontend Restaufwand: 10 PT" vertex="1">
-           <mxGeometry height="40" width="320" x="1080" y="2280" as="geometry" />
+           <mxGeometry height="40" width="320" x="1080" y="2240" as="geometry" />
        </mxCell>
        <mxCell id="KAzs0ncSA1o2T3-7AXRQ-120" parent="1" style="rounded=0;whiteSpace=wrap;html=1;fontStyle=1;fontSize=16;" value="Frontend Gesamt Restaufwand: 15 PT" vertex="1">
-           <mxGeometry height="40" width="320" x="1440" y="3360" as="geometry" />
+           <mxGeometry height="40" width="320" x="1440" y="3280" as="geometry" />
        </mxCell>
      </root>
    </mxGraphModel>
  </diagram>
</mxfile>
